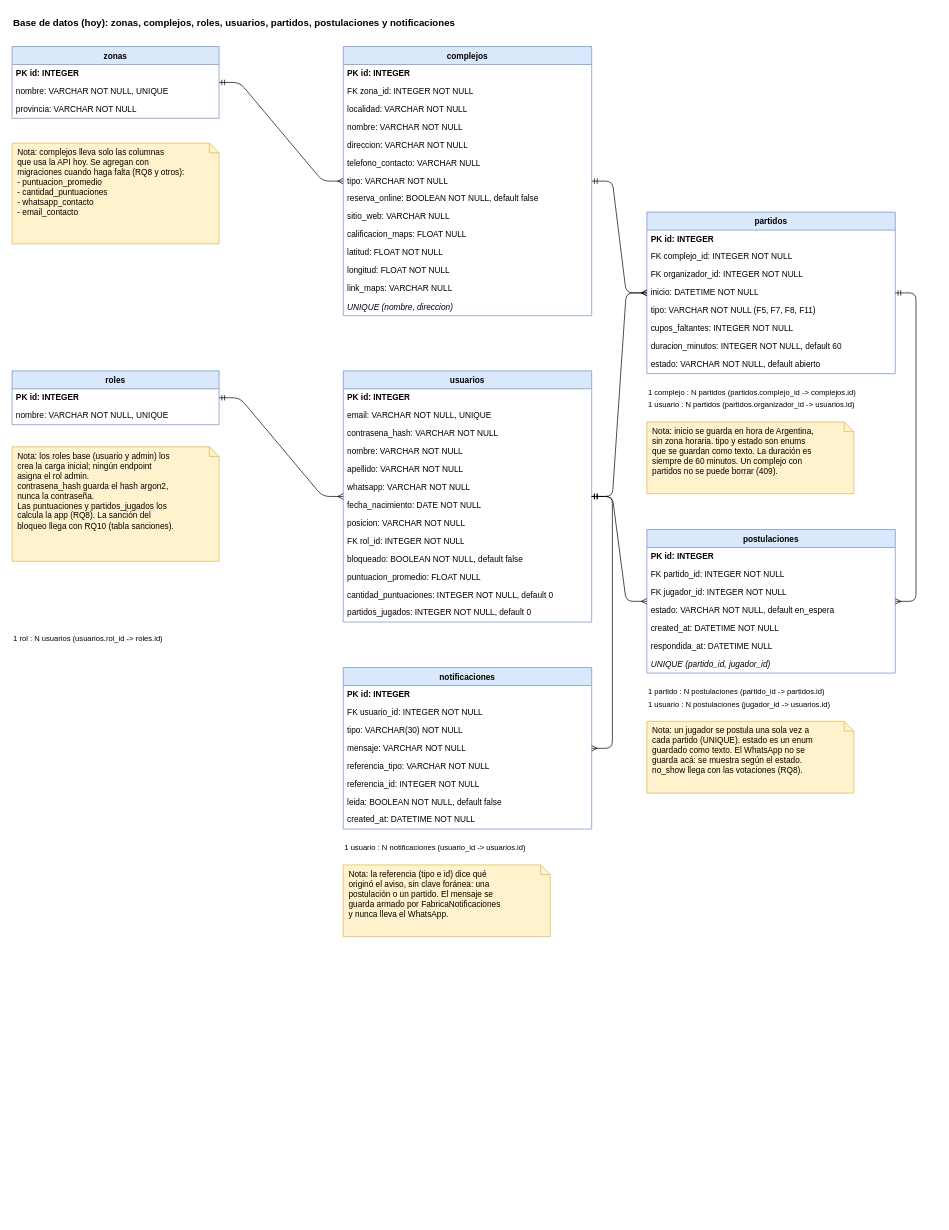
nvranco/fulvo keeps this draw.io diagram as docs/diagramas/base-de-datos.drawio. Above is the earlier version. Source tidied: cells renumbered, new cells numbered last; positions are measured from the earlier drawing's top-left corner, leaving out a move shared by most shapes. Both pictures are drawn from the tidied source at 69%, with x=0, y=0 at pixel (12, 12).
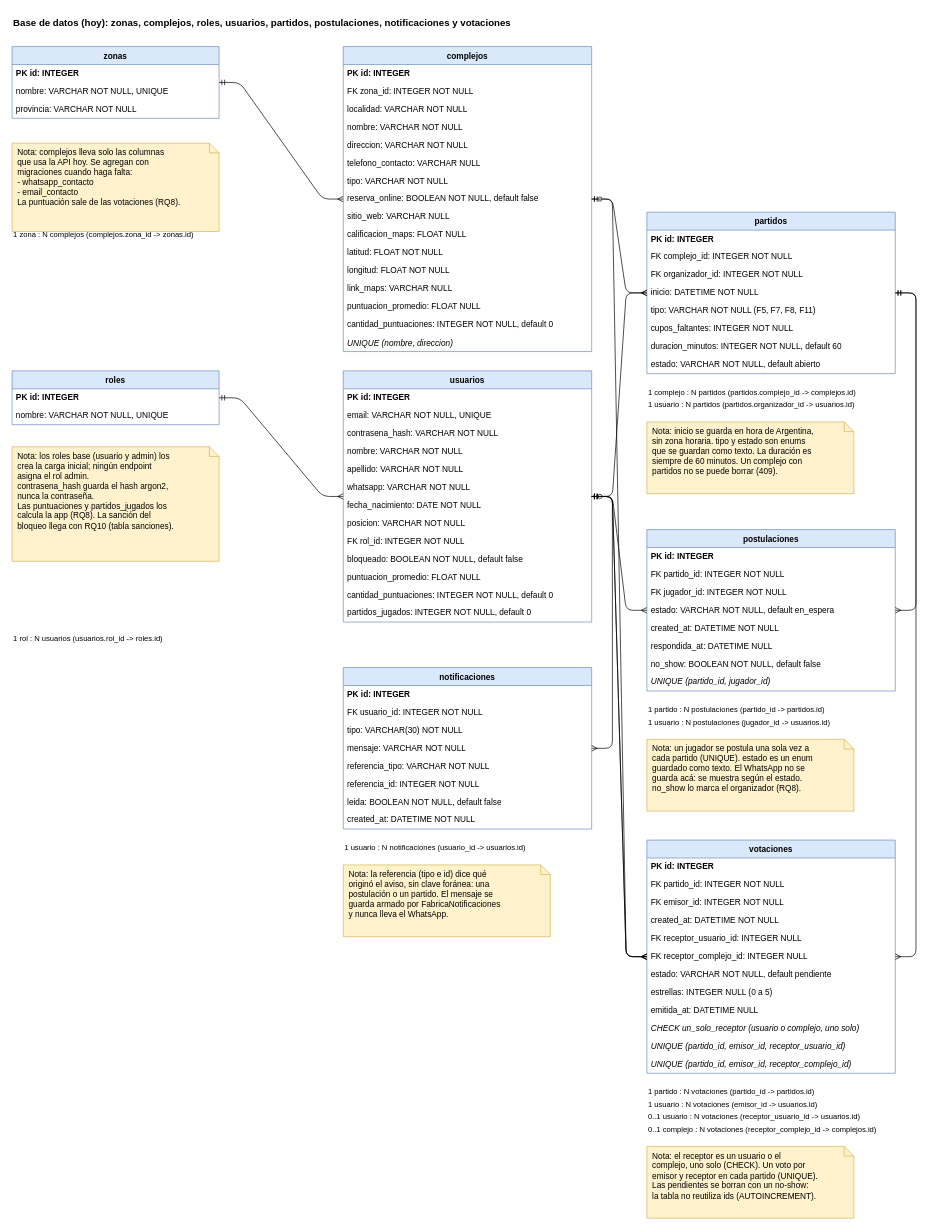
The same diagram, later.

Commit message (it also covers changes not shown here):
docs: documento las votaciones, el no-show y el bloqueo por deuda

Unchanged cells that the change refers to:
```xml
<mxCell id="28" value="usuarios" style="swimlane;fontStyle=1;align=center;verticalAlign=top;horizontal=1;startSize=26;fillColor=#dae8fc;strokeColor=#6c8ebf;" parent="1" vertex="1">
  <mxGeometry x="480" y="520" width="360" height="364" as="geometry" />
</mxCell>
<mxCell id="45" value="partidos" style="swimlane;fontStyle=1;align=center;verticalAlign=top;horizontal=1;startSize=26;fillColor=#dae8fc;strokeColor=#6c8ebf;" parent="1" vertex="1">
  <mxGeometry x="920" y="290" width="360" height="234" as="geometry" />
</mxCell>
```

Diff of the diagram source:
```diff
@@
     <mxCell id="6" value="complejos" style="swimlane;fontStyle=1;align=center;verticalAlign=top;horizontal=1;startSize=26;fillColor=#dae8fc;strokeColor=#6c8ebf;" parent="1" vertex="1">
-      <mxGeometry x="480" y="50" width="360" height="390" as="geometry" />
+      <mxGeometry x="480" y="50" width="360" height="442" as="geometry" />
     </mxCell>
@@
+    <mxCell id="84" value="puntuacion_promedio: FLOAT  NULL" style="text;strokeColor=none;fillColor=none;align=left;verticalAlign=middle;spacingLeft=4;spacingRight=4;overflow=hidden;whiteSpace=wrap;" parent="6" vertex="1">
+      <mxGeometry y="364" width="360" height="26" as="geometry" />
+    </mxCell>
+    <mxCell id="85" value="cantidad_puntuaciones: INTEGER  NOT NULL, default 0" style="text;strokeColor=none;fillColor=none;align=left;verticalAlign=middle;spacingLeft=4;spacingRight=4;overflow=hidden;whiteSpace=wrap;" parent="6" vertex="1">
+      <mxGeometry y="390" width="360" height="26" as="geometry" />
+    </mxCell>
     <mxCell id="20" value="UNIQUE (nombre, direccion)" style="text;strokeColor=none;fillColor=none;align=left;verticalAlign=middle;spacingLeft=4;overflow=hidden;fontStyle=2;" parent="6" vertex="1">
-      <mxGeometry y="364" width="360" height="26" as="geometry" />
+      <mxGeometry y="416" width="360" height="26" as="geometry" />
     </mxCell>
@@
-    <mxCell id="22" value="Base de datos (hoy): zonas, complejos, roles, usuarios, partidos, postulaciones y notificaciones" style="text;html=1;align=left;fontStyle=1;fontSize=14;" parent="1" vertex="1">
-      <mxGeometry width="420" height="24" as="geometry" />
+    <mxCell id="22" value="Base de datos (hoy): zonas, complejos, roles, usuarios, partidos, postulaciones, notificaciones y votaciones" style="text;html=1;align=left;fontStyle=1;fontSize=14;" parent="1" vertex="1">
+      <mxGeometry width="760" height="24" as="geometry" />
     </mxCell>
@@
-    <mxCell id="24" value="Nota: complejos lleva solo las columnas&#10;que usa la API hoy. Se agregan con&#10;migraciones cuando haga falta (RQ8 y otros):&#10;- puntuacion_promedio&#10;- cantidad_puntuaciones&#10;- whatsapp_contacto&#10;- email_contacto" style="shape=note;whiteSpace=wrap;html=1;align=left;verticalAlign=top;spacingLeft=6;fillColor=#fff2cc;strokeColor=#d6b656;size=14;" parent="1" vertex="1">
-      <mxGeometry y="190" width="300" height="146" as="geometry" />
+    <mxCell id="24" value="Nota: complejos lleva solo las columnas&#10;que usa la API hoy. Se agregan con&#10;migraciones cuando haga falta:&#10;- whatsapp_contacto&#10;- email_contacto&#10;La puntuación sale de las votaciones (RQ8)." style="shape=note;whiteSpace=wrap;html=1;align=left;verticalAlign=top;spacingLeft=6;fillColor=#fff2cc;strokeColor=#d6b656;size=14;" parent="1" vertex="1">
+      <mxGeometry y="190" width="300" height="128" as="geometry" />
     </mxCell>
@@
     <mxCell id="59" value="postulaciones" style="swimlane;fontStyle=1;align=center;verticalAlign=top;horizontal=1;startSize=26;fillColor=#dae8fc;strokeColor=#6c8ebf;" parent="1" vertex="1">
-      <mxGeometry x="920" y="750" width="360" height="208" as="geometry" />
+      <mxGeometry x="920" y="750" width="360" height="234" as="geometry" />
     </mxCell>
@@
+    <mxCell id="86" value="no_show: BOOLEAN  NOT NULL, default false" style="text;strokeColor=none;fillColor=none;align=left;verticalAlign=middle;spacingLeft=4;spacingRight=4;overflow=hidden;whiteSpace=wrap;" parent="59" vertex="1">
+      <mxGeometry y="182" width="360" height="26" as="geometry" />
+    </mxCell>
     <mxCell id="66" value="UNIQUE (partido_id, jugador_id)" style="text;strokeColor=none;fillColor=none;align=left;verticalAlign=middle;spacingLeft=4;spacingRight=4;overflow=hidden;whiteSpace=wrap;fontStyle=2;" parent="59" vertex="1">
-      <mxGeometry y="182" width="360" height="26" as="geometry" />
+      <mxGeometry y="208" width="360" height="26" as="geometry" />
     </mxCell>
@@
     <mxCell id="69" value="1 partido : N postulaciones (partido_id -&gt; partidos.id)" style="text;html=1;align=left;fontSize=11;" parent="1" vertex="1">
-      <mxGeometry x="920" y="972" width="400" height="20" as="geometry" />
+      <mxGeometry x="920" y="998" width="400" height="20" as="geometry" />
     </mxCell>
     <mxCell id="70" value="1 usuario : N postulaciones (jugador_id -&gt; usuarios.id)" style="text;html=1;align=left;fontSize=11;" parent="1" vertex="1">
-      <mxGeometry x="920" y="990" width="400" height="20" as="geometry" />
+      <mxGeometry x="920" y="1016" width="400" height="20" as="geometry" />
     </mxCell>
-    <mxCell id="71" value="Nota: un jugador se postula una sola vez a&#10;cada partido (UNIQUE). estado es un enum&#10;guardado como texto. El WhatsApp no se&#10;guarda acá: se muestra según el estado.&#10;no_show llega con las votaciones (RQ8)." style="shape=note;whiteSpace=wrap;html=1;align=left;verticalAlign=top;spacingLeft=6;fillColor=#fff2cc;strokeColor=#d6b656;size=14;" parent="1" vertex="1">
-      <mxGeometry x="920" y="1028" width="300" height="104" as="geometry" />
+    <mxCell id="71" value="Nota: un jugador se postula una sola vez a&#10;cada partido (UNIQUE). estado es un enum&#10;guardado como texto. El WhatsApp no se&#10;guarda acá: se muestra según el estado.&#10;no_show lo marca el organizador (RQ8)." style="shape=note;whiteSpace=wrap;html=1;align=left;verticalAlign=top;spacingLeft=6;fillColor=#fff2cc;strokeColor=#d6b656;size=14;" parent="1" vertex="1">
+      <mxGeometry x="920" y="1054" width="300" height="104" as="geometry" />
     </mxCell>
@@
+    <mxCell id="87" value="votaciones" style="swimlane;fontStyle=1;align=center;verticalAlign=top;horizontal=1;startSize=26;fillColor=#dae8fc;strokeColor=#6c8ebf;" parent="1" vertex="1">
+      <mxGeometry x="920" y="1200" width="360" height="338" as="geometry" />
+    </mxCell>
+    <mxCell id="88" value="PK  id: INTEGER" style="text;strokeColor=none;fillColor=none;align=left;verticalAlign=middle;spacingLeft=4;spacingRight=4;overflow=hidden;whiteSpace=wrap;fontStyle=1;" parent="87" vertex="1">
+      <mxGeometry y="26" width="360" height="26" as="geometry" />
+    </mxCell>
+    <mxCell id="89" value="FK  partido_id: INTEGER  NOT NULL" style="text;strokeColor=none;fillColor=none;align=left;verticalAlign=middle;spacingLeft=4;spacingRight=4;overflow=hidden;whiteSpace=wrap;" parent="87" vertex="1">
+      <mxGeometry y="52" width="360" height="26" as="geometry" />
+    </mxCell>
+    <mxCell id="90" value="FK  emisor_id: INTEGER  NOT NULL" style="text;strokeColor=none;fillColor=none;align=left;verticalAlign=middle;spacingLeft=4;spacingRight=4;overflow=hidden;whiteSpace=wrap;" parent="87" vertex="1">
+      <mxGeometry y="78" width="360" height="26" as="geometry" />
+    </mxCell>
+    <mxCell id="91" value="created_at: DATETIME  NOT NULL" style="text;strokeColor=none;fillColor=none;align=left;verticalAlign=middle;spacingLeft=4;spacingRight=4;overflow=hidden;whiteSpace=wrap;" parent="87" vertex="1">
+      <mxGeometry y="104" width="360" height="26" as="geometry" />
+    </mxCell>
+    <mxCell id="92" value="FK  receptor_usuario_id: INTEGER  NULL" style="text;strokeColor=none;fillColor=none;align=left;verticalAlign=middle;spacingLeft=4;spacingRight=4;overflow=hidden;whiteSpace=wrap;" parent="87" vertex="1">
+      <mxGeometry y="130" width="360" height="26" as="geometry" />
+    </mxCell>
+    <mxCell id="93" value="FK  receptor_complejo_id: INTEGER  NULL" style="text;strokeColor=none;fillColor=none;align=left;verticalAlign=middle;spacingLeft=4;spacingRight=4;overflow=hidden;whiteSpace=wrap;" parent="87" vertex="1">
+      <mxGeometry y="156" width="360" height="26" as="geometry" />
+    </mxCell>
+    <mxCell id="94" value="estado: VARCHAR  NOT NULL, default pendiente" style="text;strokeColor=none;fillColor=none;align=left;verticalAlign=middle;spacingLeft=4;spacingRight=4;overflow=hidden;whiteSpace=wrap;" parent="87" vertex="1">
+      <mxGeometry y="182" width="360" height="26" as="geometry" />
+    </mxCell>
+    <mxCell id="95" value="estrellas: INTEGER  NULL (0 a 5)" style="text;strokeColor=none;fillColor=none;align=left;verticalAlign=middle;spacingLeft=4;spacingRight=4;overflow=hidden;whiteSpace=wrap;" parent="87" vertex="1">
+      <mxGeometry y="208" width="360" height="26" as="geometry" />
+    </mxCell>
+    <mxCell id="96" value="emitida_at: DATETIME  NULL" style="text;strokeColor=none;fillColor=none;align=left;verticalAlign=middle;spacingLeft=4;spacingRight=4;overflow=hidden;whiteSpace=wrap;" parent="87" vertex="1">
+      <mxGeometry y="234" width="360" height="26" as="geometry" />
+    </mxCell>
+    <mxCell id="97" value="CHECK un_solo_receptor (usuario o complejo, uno solo)" style="text;strokeColor=none;fillColor=none;align=left;verticalAlign=middle;spacingLeft=4;spacingRight=4;overflow=hidden;whiteSpace=wrap;fontStyle=2;" parent="87" vertex="1">
+      <mxGeometry y="260" width="360" height="26" as="geometry" />
+    </mxCell>
+    <mxCell id="98" value="UNIQUE (partido_id, emisor_id, receptor_usuario_id)" style="text;strokeColor=none;fillColor=none;align=left;verticalAlign=middle;spacingLeft=4;spacingRight=4;overflow=hidden;whiteSpace=wrap;fontStyle=2;" parent="87" vertex="1">
+      <mxGeometry y="286" width="360" height="26" as="geometry" />
+    </mxCell>
+    <mxCell id="99" value="UNIQUE (partido_id, emisor_id, receptor_complejo_id)" style="text;strokeColor=none;fillColor=none;align=left;verticalAlign=middle;spacingLeft=4;spacingRight=4;overflow=hidden;whiteSpace=wrap;fontStyle=2;" parent="87" vertex="1">
+      <mxGeometry y="312" width="360" height="26" as="geometry" />
+    </mxCell>
+    <mxCell id="100" style="edgeStyle=entityRelationEdgeStyle;endArrow=ERmany;startArrow=ERmandOne;endFill=0;startFill=0;" parent="1" edge="1" source="45" target="87">
+      <mxGeometry relative="1" as="geometry" />
+    </mxCell>
+    <mxCell id="101" style="edgeStyle=entityRelationEdgeStyle;endArrow=ERmany;startArrow=ERmandOne;endFill=0;startFill=0;" parent="1" edge="1" source="28" target="87">
+      <mxGeometry relative="1" as="geometry" />
+    </mxCell>
+    <mxCell id="102" style="edgeStyle=entityRelationEdgeStyle;endArrow=ERmany;startArrow=ERzeroToOne;endFill=0;startFill=0;" parent="1" edge="1" source="28" target="87">
+      <mxGeometry relative="1" as="geometry" />
+    </mxCell>
+    <mxCell id="103" style="edgeStyle=entityRelationEdgeStyle;endArrow=ERmany;startArrow=ERzeroToOne;endFill=0;startFill=0;" parent="1" edge="1" source="6" target="87">
+      <mxGeometry relative="1" as="geometry" />
+    </mxCell>
+    <mxCell id="104" value="1 partido : N votaciones (partido_id -&gt; partidos.id)" style="text;html=1;align=left;fontSize=11;" parent="1" vertex="1">
+      <mxGeometry x="920" y="1552" width="420" height="20" as="geometry" />
+    </mxCell>
+    <mxCell id="105" value="1 usuario : N votaciones (emisor_id -&gt; usuarios.id)" style="text;html=1;align=left;fontSize=11;" parent="1" vertex="1">
+      <mxGeometry x="920" y="1570" width="420" height="20" as="geometry" />
+    </mxCell>
+    <mxCell id="106" value="0..1 usuario : N votaciones (receptor_usuario_id -&gt; usuarios.id)" style="text;html=1;align=left;fontSize=11;" parent="1" vertex="1">
+      <mxGeometry x="920" y="1588" width="420" height="20" as="geometry" />
+    </mxCell>
+    <mxCell id="107" value="0..1 complejo : N votaciones (receptor_complejo_id -&gt; complejos.id)" style="text;html=1;align=left;fontSize=11;" parent="1" vertex="1">
+      <mxGeometry x="920" y="1606" width="420" height="20" as="geometry" />
+    </mxCell>
+    <mxCell id="108" value="Nota: el receptor es un usuario o el&#10;complejo, uno solo (CHECK). Un voto por&#10;emisor y receptor en cada partido (UNIQUE).&#10;Las pendientes se borran con un no-show:&#10;la tabla no reutiliza ids (AUTOINCREMENT)." style="shape=note;whiteSpace=wrap;html=1;align=left;verticalAlign=top;spacingLeft=6;fillColor=#fff2cc;strokeColor=#d6b656;size=14;" parent="1" vertex="1">
+      <mxGeometry x="920" y="1644" width="300" height="104" as="geometry" />
+    </mxCell>
```
